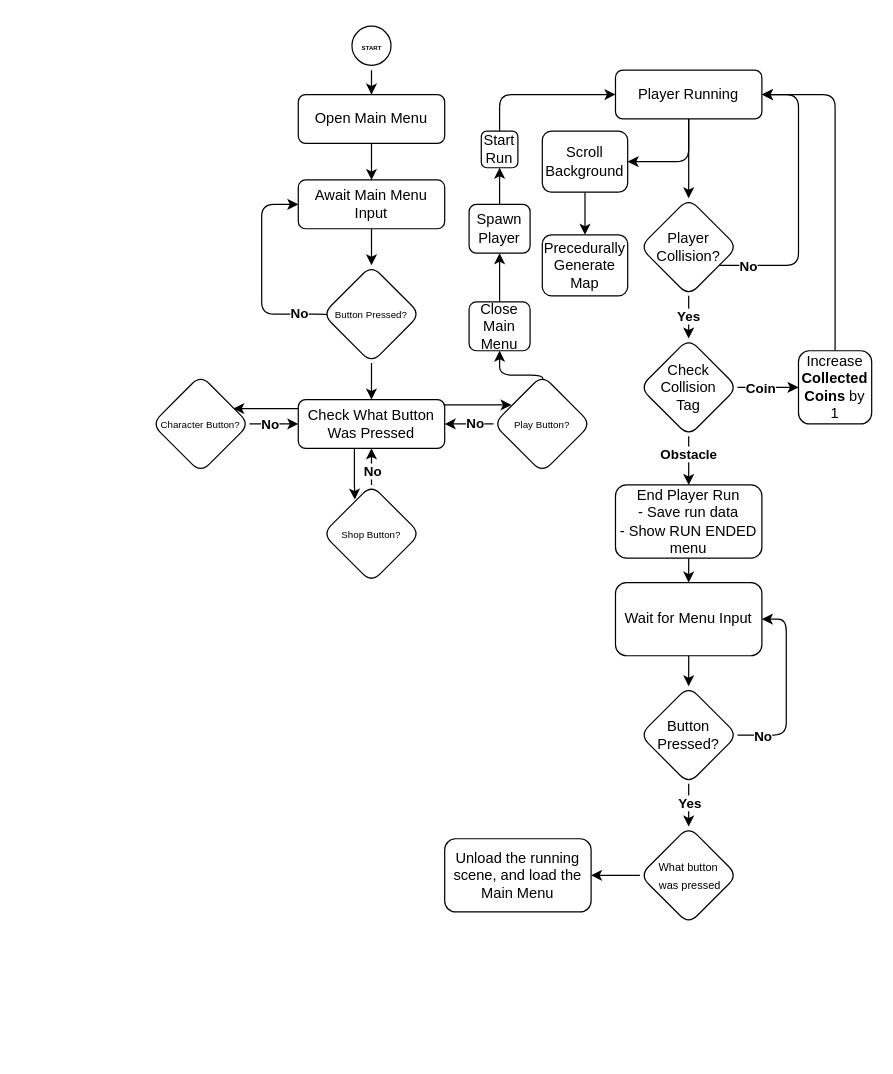
This is GameLoopFC.drawio from PsychicHavocTV/CPPSideScroller, a draw.io file, before an edit. Source tidied: cells renumbered, new cells numbered last; positions are measured from the earlier drawing's top-left corner, leaving out a move shared by most shapes. Both pictures are drawn from the tidied source at 122%, with x=0, y=0 at pixel (151, 21).
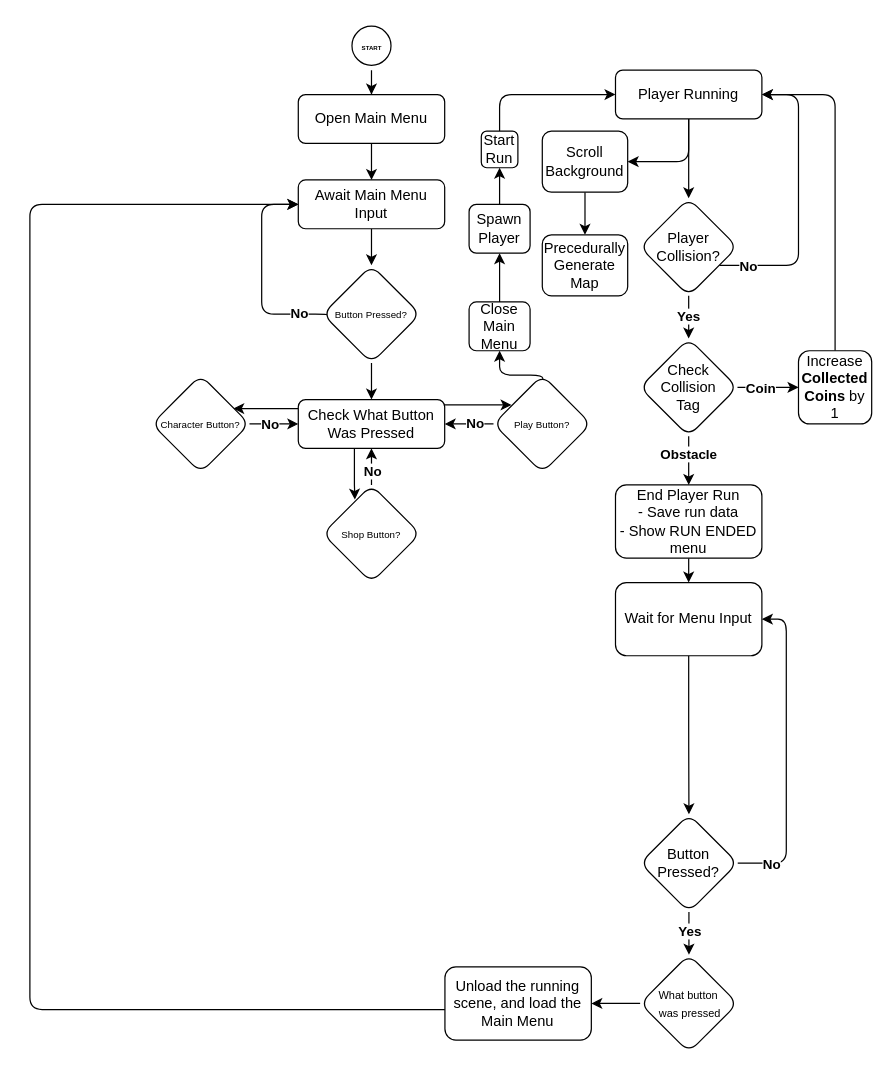
The same page after the edit.

Unchanged cells that the change refers to:
```xml
<mxCell id="7" value="Await Main Menu Input" style="rounded=1;whiteSpace=wrap;html=1;fontSize=12;glass=0;strokeWidth=1;shadow=0;" parent="1" vertex="1">
  <mxGeometry x="120" y="130" width="120" height="40" as="geometry" />
</mxCell>
<mxCell id="53" value="Wait for Menu Input" style="whiteSpace=wrap;html=1;rounded=1;glass=0;strokeWidth=1;shadow=0;" parent="1" vertex="1">
  <mxGeometry x="380" y="460" width="120" height="60" as="geometry" />
</mxCell>
```

What changed in the source:
```diff
@@
     <mxCell id="54" style="edgeStyle=orthogonalEdgeStyle;rounded=1;jettySize=auto;html=1;entryX=1;entryY=0.5;entryDx=0;entryDy=0;exitX=1;exitY=0.5;exitDx=0;exitDy=0;" parent="1" edge="1" source="58" target="53">
       <mxGeometry relative="1" as="geometry">
         <Array as="points">
-          <mxPoint x="520" y="585" />
+          <mxPoint x="520" y="690" />
           <mxPoint x="520" y="490" />
         </Array>
       </mxGeometry>
     </mxCell>
@@
     <mxCell id="58" value="Button Pressed?" style="rhombus;whiteSpace=wrap;html=1;rounded=1;glass=0;strokeWidth=1;shadow=0;" parent="1" vertex="1">
-      <mxGeometry x="400" y="545" width="80" height="80" as="geometry" />
+      <mxGeometry x="400.2" y="650" width="80" height="80" as="geometry" />
     </mxCell>
@@
     <mxCell id="60" value="&lt;font style=&quot;font-size: 9px;&quot;&gt;What button&lt;br&gt;&amp;nbsp;was pressed&lt;/font&gt;" style="rhombus;whiteSpace=wrap;html=1;rounded=1;glass=0;strokeWidth=1;shadow=0;" parent="1" vertex="1">
-      <mxGeometry x="400" y="660" width="80" height="80" as="geometry" />
+      <mxGeometry x="400.2" y="765" width="80" height="80" as="geometry" />
     </mxCell>
+    <mxCell id="62" style="edgeStyle=orthogonalEdgeStyle;rounded=1;jettySize=auto;html=1;entryX=0;entryY=0.5;entryDx=0;entryDy=0;" parent="1" edge="1" source="61" target="7">
+      <mxGeometry relative="1" as="geometry">
+        <Array as="points">
+          <mxPoint x="-100" y="810" />
+          <mxPoint x="-100" y="150" />
+        </Array>
+      </mxGeometry>
+    </mxCell>
     <mxCell id="61" value="Unload the running scene, and load the Main Menu" style="whiteSpace=wrap;html=1;rounded=1;glass=0;strokeWidth=1;shadow=0;" parent="1" vertex="1">
-      <mxGeometry x="240" y="670" width="120" height="60" as="geometry" />
+      <mxGeometry x="240.2" y="775" width="120" height="60" as="geometry" />
     </mxCell>
```
